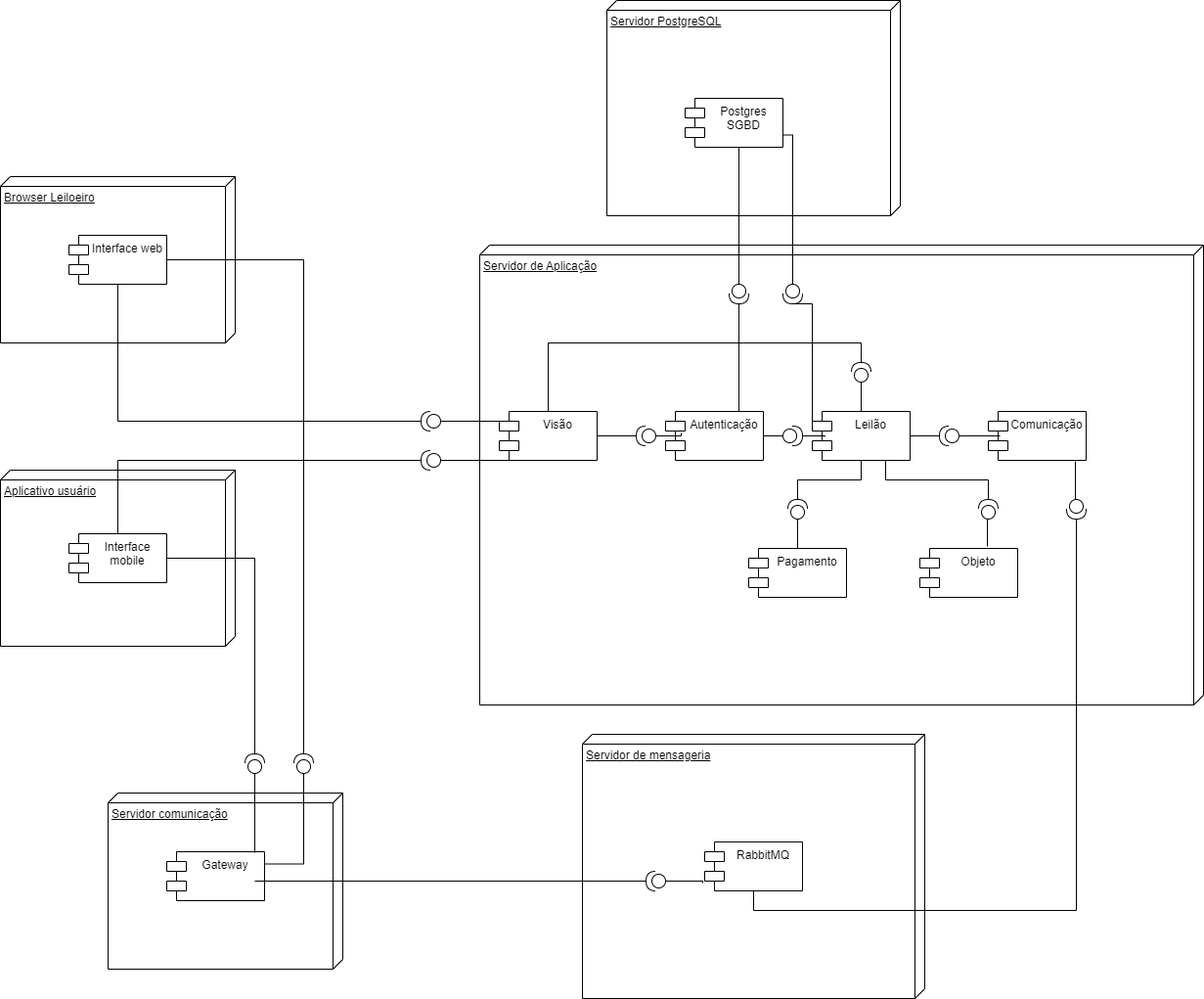
Above: docs/imagens/componentes.png in h3nc4/TOPBIDS (draw.io), before the change. Source tidied: cells renumbered, new cells last; positions are measured from the earlier drawing's top-left corner, leaving out a move shared by most shapes.
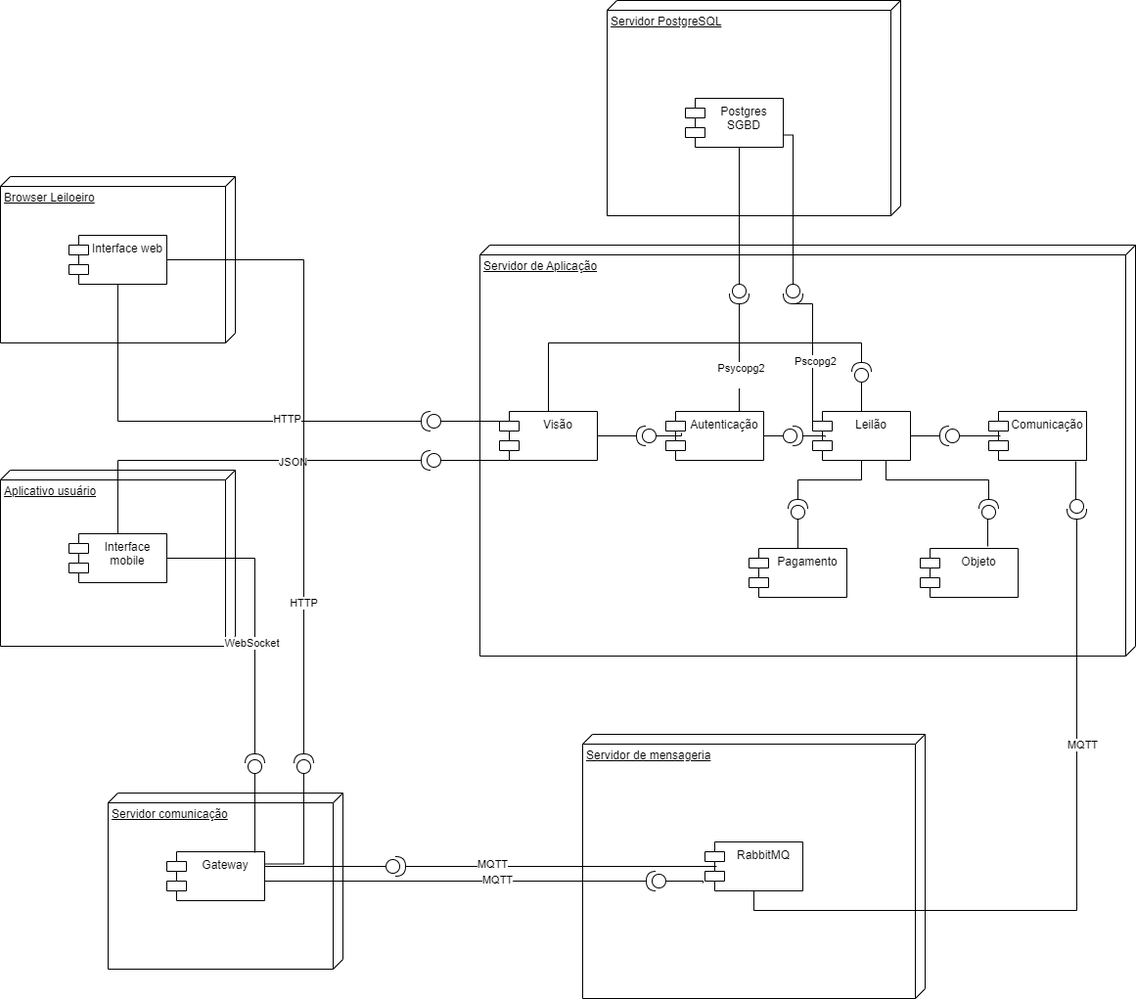
The same diagram one commit later.

Commit message:
docs: testes, arquitetura

Change to the diagram source:
```diff
@@ -6,7 +6,7 @@
       <mxGeometry x="595" y="750" width="350" height="270" as="geometry" />
     </mxCell>
     <mxCell id="3" value="Servidor de Aplicação" style="verticalAlign=top;align=left;spacingTop=8;spacingLeft=2;spacingRight=12;shape=cube;size=10;direction=south;fontStyle=4;html=1;whiteSpace=wrap;" parent="1" vertex="1">
-      <mxGeometry x="490" y="250" width="740" height="470" as="geometry" />
+      <mxGeometry x="490" y="250" width="670" height="420" as="geometry" />
     </mxCell>
     <mxCell id="4" value="Visão" style="shape=module;align=left;spacingLeft=20;align=center;verticalAlign=top;whiteSpace=wrap;html=1;" parent="1" vertex="1">
       <mxGeometry x="510" y="420" width="100" height="50" as="geometry" />
@@ -47,12 +47,22 @@
     <mxCell id="16" style="edgeStyle=orthogonalEdgeStyle;rounded=0;jettySize=auto;html=1;exitX=1;exitY=0.5;exitDx=0;exitDy=0;exitPerimeter=0;endArrow=none;endFill=0;" parent="1" edge="1" source="17" target="14">
       <mxGeometry relative="1" as="geometry" />
     </mxCell>
+    <mxCell id="61" value="HTTP" style="edgeLabel;html=1;align=center;verticalAlign=middle;" parent="16" vertex="1">
+      <mxGeometry x="-0.38" y="-3" relative="1" as="geometry">
+        <mxPoint x="1" as="offset" />
+      </mxGeometry>
+    </mxCell>
     <mxCell id="17" style="shape=providedRequiredInterface;html=1;verticalLabelPosition=bottom;sketch=0;direction=west;" parent="1" vertex="1">
       <mxGeometry x="430" y="420" width="20" height="20" as="geometry" />
     </mxCell>
     <mxCell id="18" style="edgeStyle=orthogonalEdgeStyle;rounded=0;jettySize=auto;html=1;exitX=1;exitY=0.5;exitDx=0;exitDy=0;exitPerimeter=0;endArrow=none;endFill=0;" parent="1" edge="1" source="19" target="15">
       <mxGeometry relative="1" as="geometry" />
     </mxCell>
+    <mxCell id="62" value="JSON" style="edgeLabel;html=1;align=center;verticalAlign=middle;" parent="18" vertex="1">
+      <mxGeometry x="-0.31" y="1" relative="1" as="geometry">
+        <mxPoint x="1" as="offset" />
+      </mxGeometry>
+    </mxCell>
     <mxCell id="19" style="shape=providedRequiredInterface;html=1;verticalLabelPosition=bottom;sketch=0;direction=west;" parent="1" vertex="1">
       <mxGeometry x="430" y="460" width="20" height="20" as="geometry" />
     </mxCell>
@@ -67,6 +77,9 @@
     <mxCell id="21" style="edgeStyle=orthogonalEdgeStyle;rounded=0;jettySize=auto;html=1;exitX=1;exitY=0.5;exitDx=0;exitDy=0;exitPerimeter=0;entryX=0.75;entryY=0;entryDx=0;entryDy=0;endArrow=none;endFill=0;" parent="1" edge="1" source="22" target="11">
       <mxGeometry relative="1" as="geometry" />
     </mxCell>
+    <mxCell id="63" value="&lt;div&gt;Psycopg2&lt;/div&gt;&lt;div&gt;&lt;br&gt;&lt;/div&gt;" style="edgeLabel;html=1;align=center;verticalAlign=middle;" parent="21" vertex="1">
+      <mxGeometry x="0.3" y="1" relative="1" as="geometry" />
+    </mxCell>
     <mxCell id="22" style="shape=providedRequiredInterface;html=1;verticalLabelPosition=bottom;sketch=0;direction=south;" parent="1" vertex="1">
       <mxGeometry x="745" y="290" width="20" height="20" as="geometry" />
     </mxCell>
@@ -146,12 +159,18 @@
         </Array>
       </mxGeometry>
     </mxCell>
+    <mxCell id="64" value="Pscopg2" style="edgeLabel;html=1;align=center;verticalAlign=middle;" parent="42" vertex="1">
+      <mxGeometry x="0.08" y="2" relative="1" as="geometry" />
+    </mxCell>
     <mxCell id="43" style="edgeStyle=orthogonalEdgeStyle;rounded=0;jettySize=auto;html=1;exitX=0;exitY=0.5;exitDx=0;exitDy=0;exitPerimeter=0;entryX=0.12;entryY=0.5;entryDx=0;entryDy=0;entryPerimeter=0;endArrow=none;endFill=0;" parent="1" edge="1" source="29" target="7">
       <mxGeometry relative="1" as="geometry" />
     </mxCell>
     <mxCell id="44" style="edgeStyle=orthogonalEdgeStyle;rounded=0;jettySize=auto;html=1;exitX=1;exitY=0.5;exitDx=0;exitDy=0;exitPerimeter=0;entryX=0.5;entryY=1;entryDx=0;entryDy=0;endArrow=none;endFill=0;" parent="1" edge="1" source="45" target="27">
       <mxGeometry relative="1" as="geometry" />
     </mxCell>
+    <mxCell id="65" value="&lt;div&gt;MQTT&lt;/div&gt;" style="edgeLabel;html=1;align=center;verticalAlign=middle;" parent="44" vertex="1">
+      <mxGeometry x="-0.39" y="5" relative="1" as="geometry" />
+    </mxCell>
     <mxCell id="45" style="shape=providedRequiredInterface;html=1;verticalLabelPosition=bottom;sketch=0;direction=south;" parent="1" vertex="1">
       <mxGeometry x="1090" y="510" width="20" height="20" as="geometry" />
     </mxCell>
@@ -185,20 +204,49 @@
     <mxCell id="55" style="edgeStyle=orthogonalEdgeStyle;rounded=0;jettySize=auto;html=1;exitX=1;exitY=0.5;exitDx=0;exitDy=0;exitPerimeter=0;entryX=1;entryY=0.5;entryDx=0;entryDy=0;endArrow=none;endFill=0;" parent="1" edge="1" source="56" target="14">
       <mxGeometry relative="1" as="geometry" />
     </mxCell>
+    <mxCell id="66" value="HTTP" style="edgeLabel;html=1;align=center;verticalAlign=middle;" parent="55" vertex="1">
+      <mxGeometry x="-0.52" y="1" relative="1" as="geometry" />
+    </mxCell>
     <mxCell id="56" style="shape=providedRequiredInterface;html=1;verticalLabelPosition=bottom;sketch=0;direction=north;" parent="1" vertex="1">
       <mxGeometry x="300" y="770" width="20" height="20" as="geometry" />
     </mxCell>
     <mxCell id="57" style="edgeStyle=orthogonalEdgeStyle;rounded=0;jettySize=auto;html=1;exitX=1;exitY=0.5;exitDx=0;exitDy=0;exitPerimeter=0;entryX=1;entryY=0.5;entryDx=0;entryDy=0;endArrow=none;endFill=0;" parent="1" edge="1" source="58" target="15">
       <mxGeometry relative="1" as="geometry" />
     </mxCell>
+    <mxCell id="67" value="WebSocket" style="edgeLabel;html=1;align=center;verticalAlign=middle;" parent="57" vertex="1">
+      <mxGeometry x="-0.22" y="4" relative="1" as="geometry" />
+    </mxCell>
     <mxCell id="58" style="shape=providedRequiredInterface;html=1;verticalLabelPosition=bottom;sketch=0;direction=north;" parent="1" vertex="1">
       <mxGeometry x="250" y="770" width="20" height="20" as="geometry" />
     </mxCell>
     <mxCell id="59" style="edgeStyle=orthogonalEdgeStyle;rounded=0;jettySize=auto;html=1;exitX=0;exitY=0.5;exitDx=0;exitDy=0;exitPerimeter=0;entryX=0.9;entryY=0.02;entryDx=0;entryDy=0;entryPerimeter=0;endArrow=none;endFill=0;" parent="1" edge="1" source="58" target="53">
       <mxGeometry relative="1" as="geometry" />
     </mxCell>
-    <mxCell id="60" style="edgeStyle=orthogonalEdgeStyle;rounded=0;jettySize=auto;html=1;exitX=1;exitY=0.5;exitDx=0;exitDy=0;exitPerimeter=0;entryX=0.9;entryY=0.6;entryDx=0;entryDy=0;entryPerimeter=0;endArrow=none;endFill=0;" parent="1" edge="1" source="47" target="53">
-      <mxGeometry relative="1" as="geometry" />
+    <mxCell id="60" style="edgeStyle=orthogonalEdgeStyle;rounded=0;jettySize=auto;html=1;exitX=1;exitY=0.5;exitDx=0;exitDy=0;exitPerimeter=0;endArrow=none;endFill=0;entryX=1;entryY=0.64;entryDx=0;entryDy=0;entryPerimeter=0;" parent="1" edge="1" source="47" target="53">
+      <mxGeometry relative="1" as="geometry">
+        <Array as="points">
+          <mxPoint x="270" y="900" />
+        </Array>
+      </mxGeometry>
     </mxCell>
+    <mxCell id="68" value="&lt;div&gt;MQTT&lt;/div&gt;" style="edgeLabel;html=1;align=center;verticalAlign=middle;" parent="60" vertex="1">
+      <mxGeometry x="-0.22" y="-2" relative="1" as="geometry" />
+    </mxCell>
+    <mxCell id="69" style="edgeStyle=orthogonalEdgeStyle;rounded=0;jettySize=auto;html=1;exitX=0;exitY=0.5;exitDx=0;exitDy=0;exitPerimeter=0;endArrow=none;endFill=0;" parent="1" edge="1" source="70">
+      <mxGeometry relative="1" as="geometry">
+        <mxPoint x="270" y="885" as="targetPoint" />
+      </mxGeometry>
+    </mxCell>
+    <mxCell id="70" style="shape=providedRequiredInterface;html=1;verticalLabelPosition=bottom;sketch=0;direction=east;" parent="1" vertex="1">
+      <mxGeometry x="394" y="875" width="20" height="20" as="geometry" />
+    </mxCell>
+    <mxCell id="71" style="edgeStyle=orthogonalEdgeStyle;rounded=0;jettySize=auto;html=1;exitX=1;exitY=0.5;exitDx=0;exitDy=0;exitPerimeter=0;entryX=0.12;entryY=0.5;entryDx=0;entryDy=0;entryPerimeter=0;endArrow=none;endFill=0;" parent="1" edge="1" source="70" target="27">
+      <mxGeometry relative="1" as="geometry" />
+    </mxCell>
+    <mxCell id="72" value="MQTT" style="edgeLabel;html=1;align=center;verticalAlign=middle;" parent="71" vertex="1">
+      <mxGeometry x="-0.44" y="3" relative="1" as="geometry">
+        <mxPoint x="-1" as="offset" />
+      </mxGeometry>
+    </mxCell>
   </root>
 </mxGraphModel>
```
